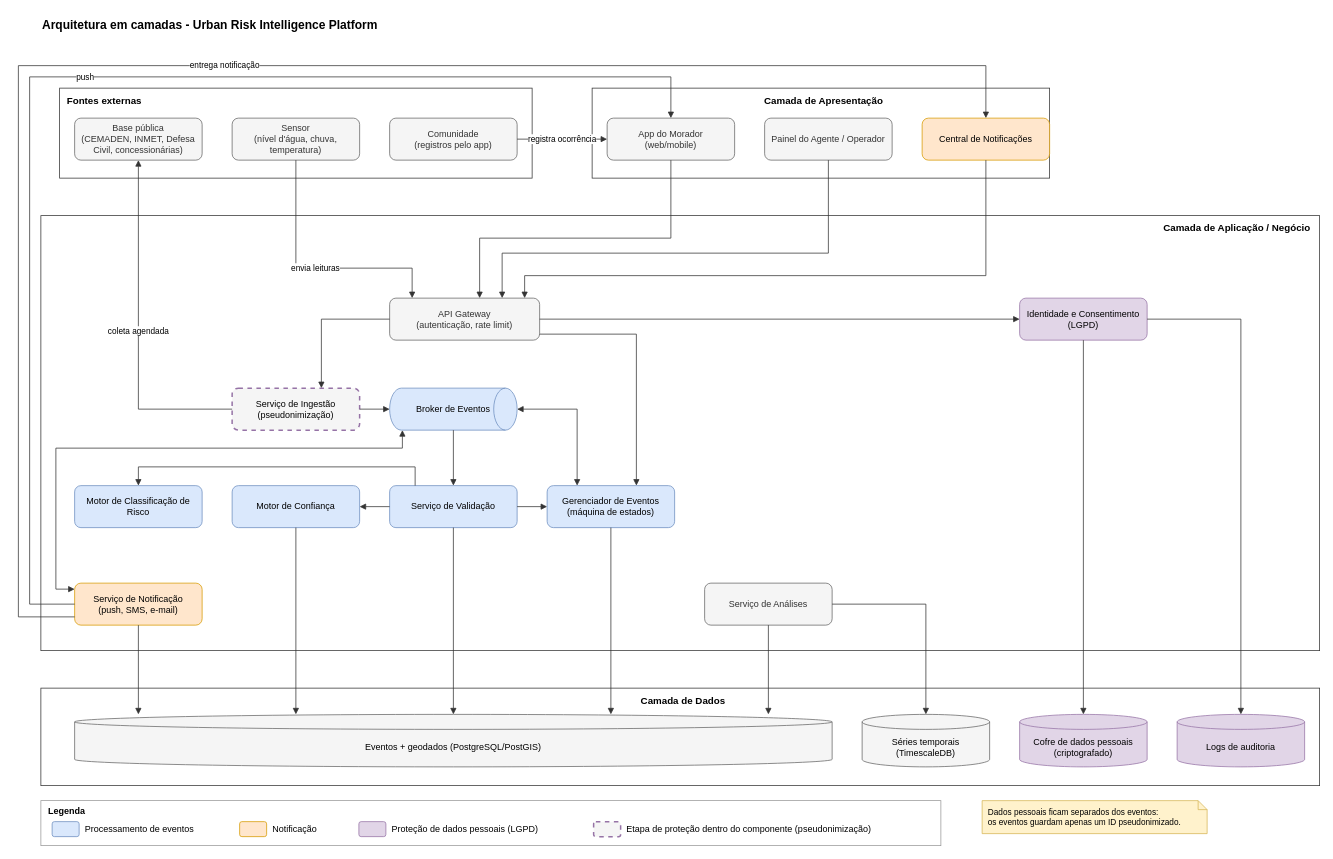
IsaacEmerick/urban-risk-platform keeps this draw.io diagram as docs/diagramas/arquitetura.drawio. Above is the earlier version. Source tidied: cells renumbered, new cells numbered last; positions are measured from the earlier drawing's top-left corner, leaving out a move shared by most shapes. Both pictures are drawn from the tidied source at 75%, with x=0, y=0 at pixel (18, 13).
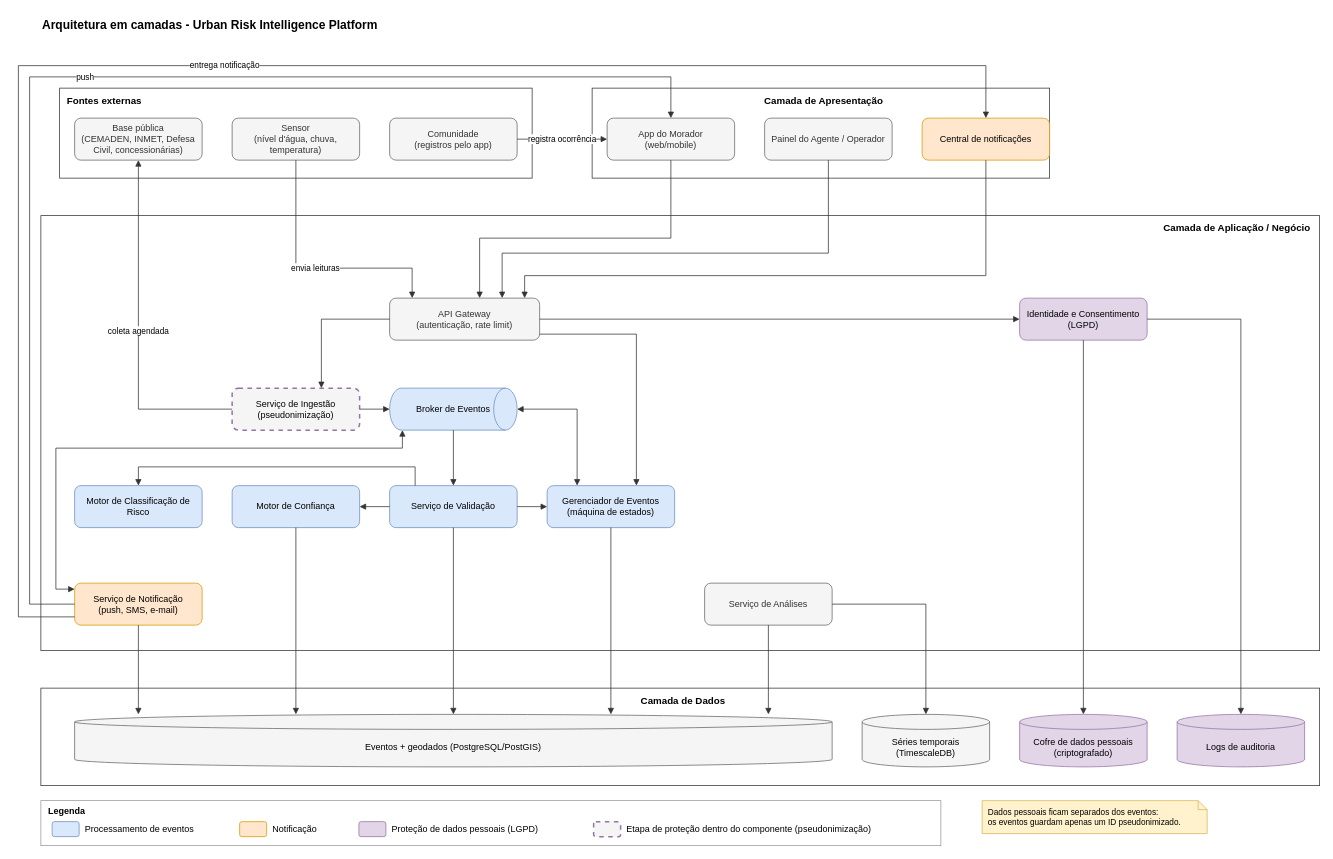
The same page after the edit.

Commit message (it also covers changes not shown here):
"Não, manter" na confirmação, favicon e grafia "Central de notificações"

The edit, as a diff of the source:
```diff
@@
-    <mxCell id="12" value="Central de Notificações" style="rounded=1;whiteSpace=wrap;html=1;fillColor=#ffe6cc;strokeColor=#d79b00;fontSize=12;" parent="1" vertex="1">
+    <mxCell id="12" value="Central de notificações" style="rounded=1;whiteSpace=wrap;html=1;fillColor=#ffe6cc;strokeColor=#d79b00;fontSize=12;" parent="1" vertex="1">
       <mxGeometry x="1205" y="140" width="170" height="56" as="geometry" />
     </mxCell>
```
